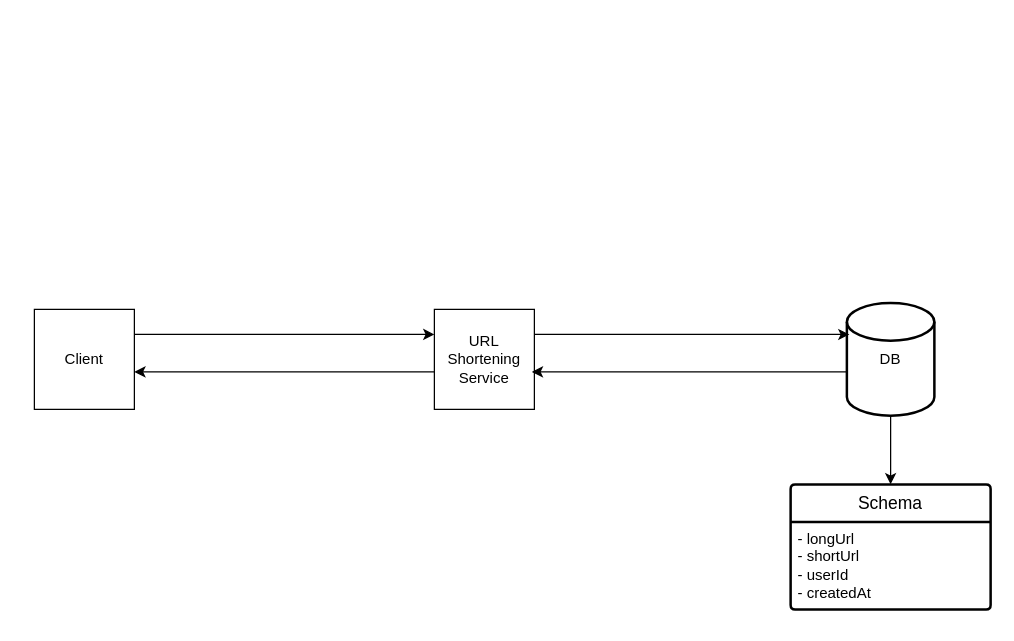
Earlier version of the draw.io diagram url-shortening.drawio (meghsohor/system-design). Source tidied: cells renumbered, new cells numbered last; positions are measured from the earlier drawing's top-left corner, leaving out a move shared by most shapes. Both pictures are drawn from the tidied source at 125%, with x=0, y=0 at pixel (34, 302).
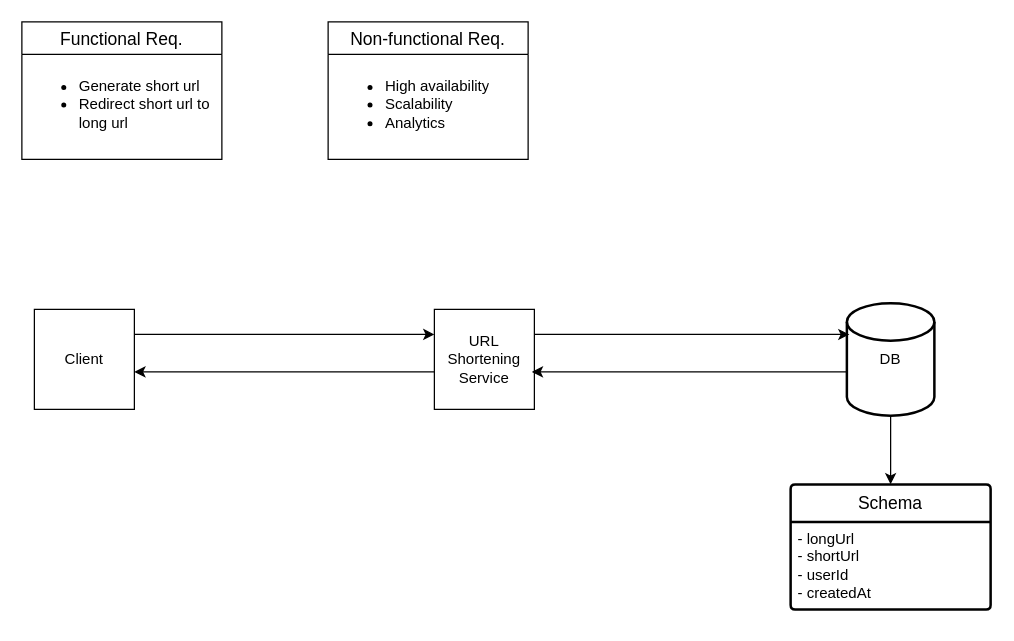
After the change.

What changed in the source:
```diff
@@
+    <mxCell id="13" value="Functional Req." style="swimlane;fontStyle=0;horizontal=1;startSize=26;align=center;fontSize=14;" parent="1" vertex="1">
+      <mxGeometry x="-10" y="-225" width="160" height="110" as="geometry" />
+    </mxCell>
+    <mxCell id="14" value="&lt;ul&gt;&lt;li&gt;&lt;span style=&quot;background-color: initial;&quot;&gt;Generate short url&lt;/span&gt;&lt;/li&gt;&lt;li&gt;&lt;span style=&quot;background-color: initial;&quot;&gt;Redirect short url to long url&lt;/span&gt;&lt;/li&gt;&lt;/ul&gt;" style="text;strokeColor=none;fillColor=none;spacingLeft=4;spacingRight=4;overflow=hidden;fontSize=12;whiteSpace=wrap;html=1;" parent="13" vertex="1">
+      <mxGeometry y="26" width="160" height="84" as="geometry" />
+    </mxCell>
+    <mxCell id="15" value="Non-functional Req." style="swimlane;fontStyle=0;horizontal=1;startSize=26;align=center;fontSize=14;" parent="1" vertex="1">
+      <mxGeometry x="235" y="-225" width="160" height="110" as="geometry" />
+    </mxCell>
+    <mxCell id="16" value="&lt;ul&gt;&lt;li&gt;High availability&lt;/li&gt;&lt;li&gt;Scalability&lt;/li&gt;&lt;li&gt;Analytics&lt;/li&gt;&lt;/ul&gt;" style="text;strokeColor=none;fillColor=none;spacingLeft=4;spacingRight=4;overflow=hidden;fontSize=12;whiteSpace=wrap;html=1;" parent="15" vertex="1">
+      <mxGeometry y="26" width="160" height="84" as="geometry" />
+    </mxCell>
```
